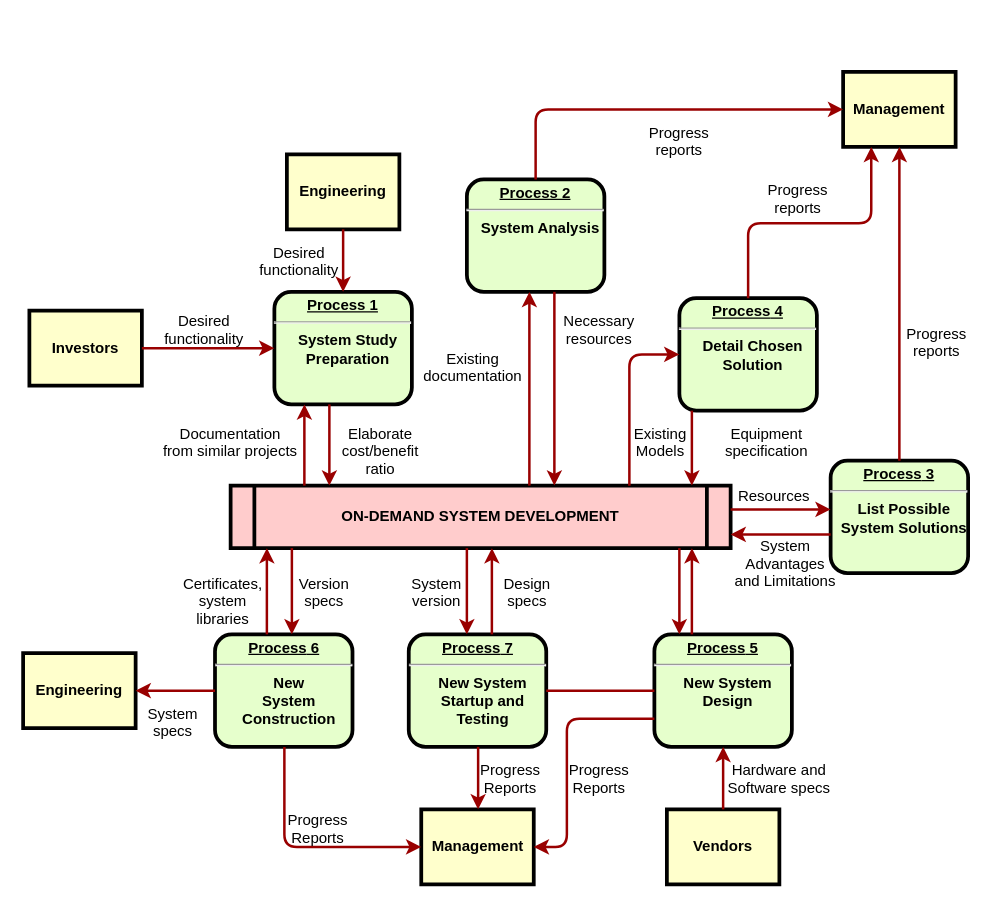
Before: public/未命名绘图.drawio in zhuzhengjing/angularjs-study, a draw.io diagram. Source tidied: cells renumbered, new cells numbered last; positions are measured from the earlier drawing's top-left corner, leaving out a move shared by most shapes. Both pictures are drawn from the tidied source at 125%, with x=0, y=0 at pixel (22, 71).
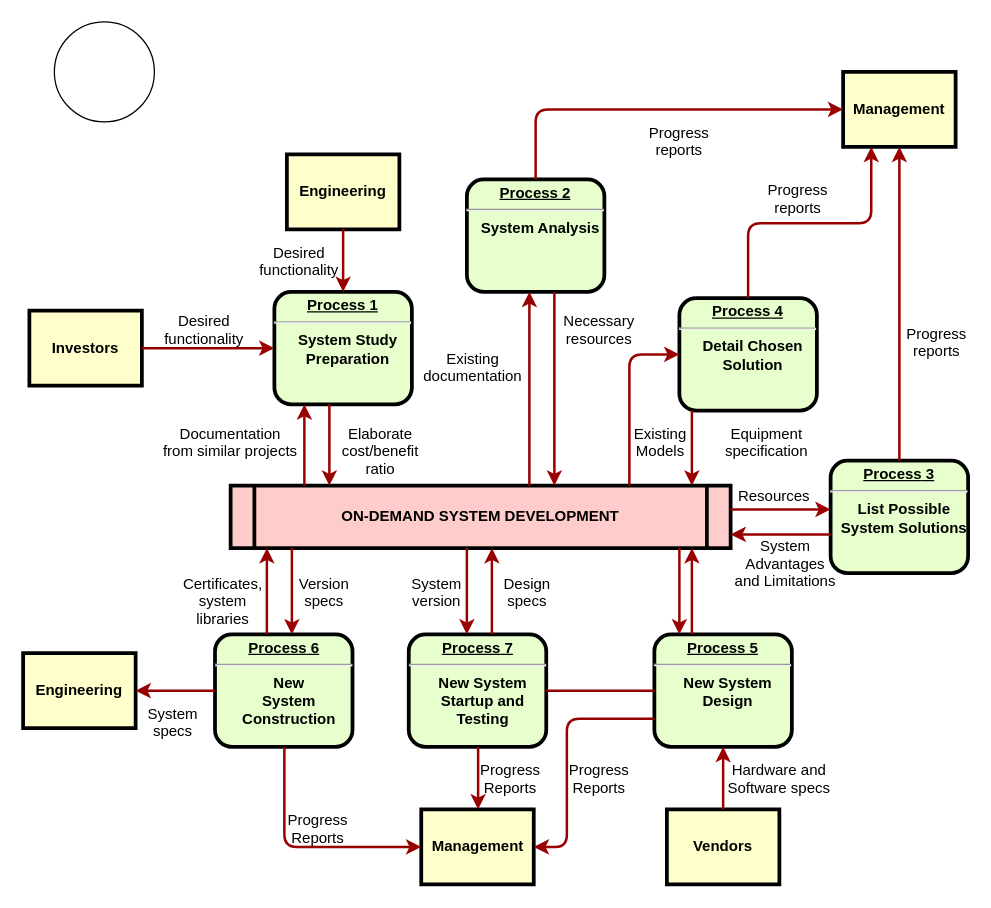
The same diagram, later.

Commit message:
更新未命名绘图.drawio

What changed in the source:
```diff
@@
+    <mxCell id="63" style="ellipse;whiteSpace=wrap;html=1;" parent="1" vertex="1">
+      <mxGeometry x="25" y="-40" width="80" height="80" as="geometry" />
+    </mxCell>
```
